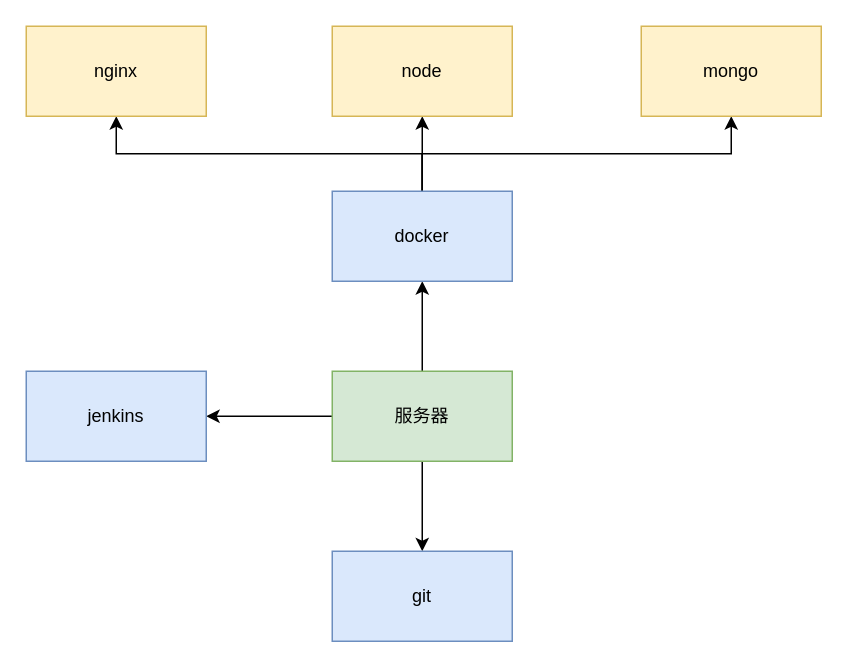
Before: 服务器结构.drawio in xujizhong/flow-chart, a draw.io diagram. Source tidied: cells renumbered, new cells numbered last; positions are measured from the earlier drawing's top-left corner, leaving out a move shared by most shapes. Both pictures are drawn from the tidied source at 150%, with x=0, y=0 at pixel (26, 26).
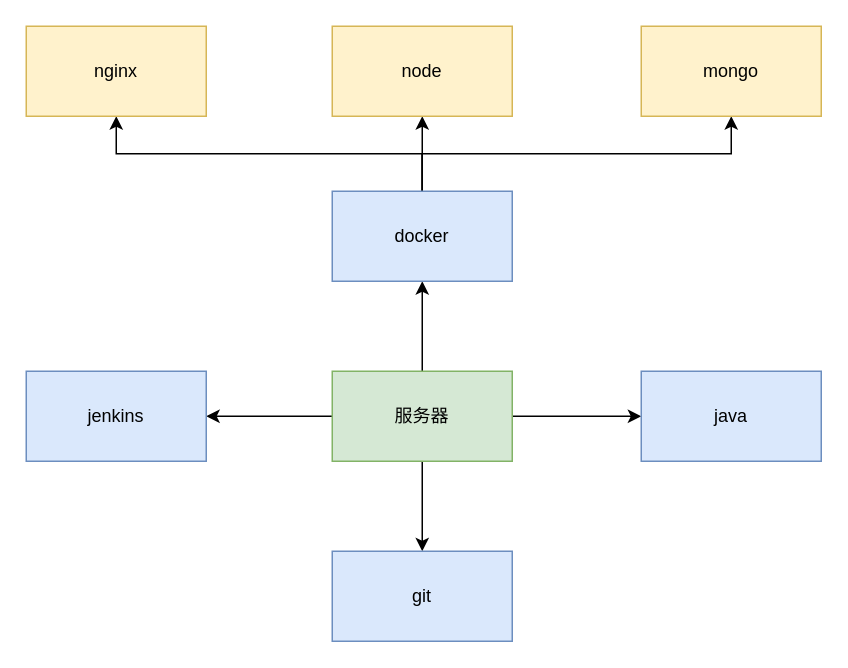
The same page after the edit.

Commit message:
更新服务器结构.drawio

Change to the diagram source:
```diff
@@
 <mxGraphModel>
   <root>
     <mxCell id="0" />
     <mxCell id="1" parent="0" />
     <mxCell id="2" style="edgeStyle=orthogonalEdgeStyle;rounded=0;jettySize=auto;html=1;exitX=0.5;exitY=0;exitDx=0;exitDy=0;entryX=0.5;entryY=1;entryDx=0;entryDy=0;" parent="1" edge="1" source="5" target="9">
       <mxGeometry relative="1" as="geometry" />
     </mxCell>
     <mxCell id="3" style="edgeStyle=orthogonalEdgeStyle;rounded=0;jettySize=auto;html=1;exitX=0.5;exitY=1;exitDx=0;exitDy=0;" parent="1" edge="1" source="5" target="10">
       <mxGeometry relative="1" as="geometry" />
     </mxCell>
     <mxCell id="4" style="edgeStyle=orthogonalEdgeStyle;rounded=0;jettySize=auto;html=1;exitX=0;exitY=0.5;exitDx=0;exitDy=0;entryX=1;entryY=0.5;entryDx=0;entryDy=0;" parent="1" edge="1" source="5" target="14">
       <mxGeometry relative="1" as="geometry" />
     </mxCell>
+    <mxCell id="15" style="edgeStyle=orthogonalEdgeStyle;rounded=0;jettySize=auto;html=1;exitX=1;exitY=0.5;exitDx=0;exitDy=0;entryX=0;entryY=0.5;entryDx=0;entryDy=0;" parent="1" edge="1" source="5" target="16">
+      <mxGeometry relative="1" as="geometry" />
+    </mxCell>
     <mxCell id="5" value="服务器" style="rounded=0;whiteSpace=wrap;html=1;fillColor=#d5e8d4;strokeColor=#82b366;" parent="1" vertex="1">
       <mxGeometry x="204" y="230" width="120" height="60" as="geometry" />
     </mxCell>
     <mxCell id="6" style="edgeStyle=orthogonalEdgeStyle;rounded=0;jettySize=auto;html=1;exitX=0.5;exitY=0;exitDx=0;exitDy=0;entryX=0.5;entryY=1;entryDx=0;entryDy=0;" parent="1" edge="1" source="9" target="13">
       <mxGeometry relative="1" as="geometry" />
     </mxCell>
     <mxCell id="7" style="edgeStyle=orthogonalEdgeStyle;rounded=0;jettySize=auto;html=1;exitX=0.5;exitY=0;exitDx=0;exitDy=0;entryX=0.5;entryY=1;entryDx=0;entryDy=0;" parent="1" edge="1" source="9" target="11">
       <mxGeometry relative="1" as="geometry" />
     </mxCell>
     <mxCell id="8" style="edgeStyle=orthogonalEdgeStyle;rounded=0;jettySize=auto;html=1;exitX=0.5;exitY=0;exitDx=0;exitDy=0;" parent="1" edge="1" source="9" target="12">
       <mxGeometry relative="1" as="geometry" />
     </mxCell>
     <mxCell id="9" value="docker" style="rounded=0;whiteSpace=wrap;html=1;fillColor=#dae8fc;strokeColor=#6c8ebf;" parent="1" vertex="1">
       <mxGeometry x="204" y="110" width="120" height="60" as="geometry" />
     </mxCell>
     <mxCell id="10" value="git" style="rounded=0;whiteSpace=wrap;html=1;fillColor=#dae8fc;strokeColor=#6c8ebf;" parent="1" vertex="1">
       <mxGeometry x="204" y="350" width="120" height="60" as="geometry" />
     </mxCell>
     <mxCell id="11" value="node" style="rounded=0;whiteSpace=wrap;html=1;fillColor=#fff2cc;strokeColor=#d6b656;" parent="1" vertex="1">
       <mxGeometry x="204" width="120" height="60" as="geometry" />
     </mxCell>
     <mxCell id="12" value="mongo" style="rounded=0;whiteSpace=wrap;html=1;fillColor=#fff2cc;strokeColor=#d6b656;" parent="1" vertex="1">
       <mxGeometry x="410" width="120" height="60" as="geometry" />
     </mxCell>
     <mxCell id="13" value="nginx" style="rounded=0;whiteSpace=wrap;html=1;fillColor=#fff2cc;strokeColor=#d6b656;" parent="1" vertex="1">
       <mxGeometry width="120" height="60" as="geometry" />
     </mxCell>
     <mxCell id="14" value="jenkins" style="rounded=0;whiteSpace=wrap;html=1;fillColor=#dae8fc;strokeColor=#6c8ebf;" parent="1" vertex="1">
       <mxGeometry y="230" width="120" height="60" as="geometry" />
     </mxCell>
+    <mxCell id="16" value="java" style="rounded=0;whiteSpace=wrap;html=1;fillColor=#dae8fc;strokeColor=#6c8ebf;" parent="1" vertex="1">
+      <mxGeometry x="410" y="230" width="120" height="60" as="geometry" />
+    </mxCell>
   </root>
 </mxGraphModel>
```
